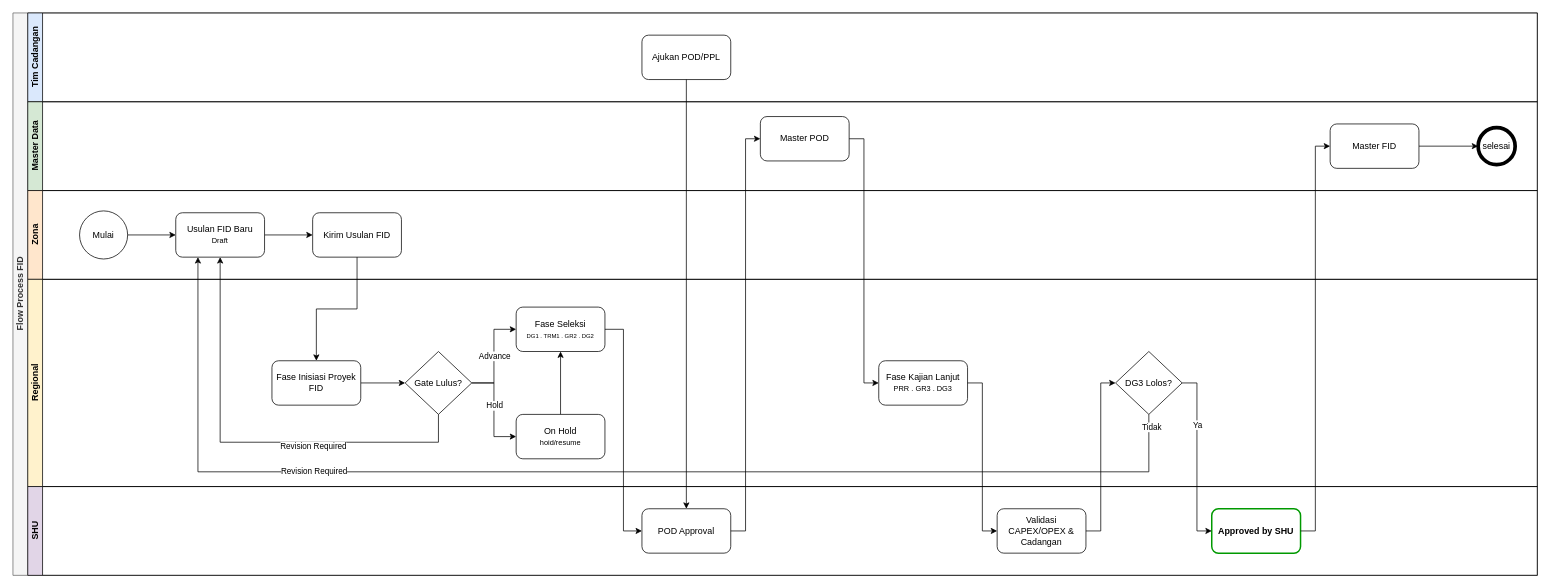
Business-Support-Application/Flow-Process-Business keeps this draw.io diagram as page "FID" (3 of 3) of Alur RK Sumur BOR & WO.drawio. Above is the earlier version. Source tidied: cells renumbered, new cells numbered last; positions are measured from the earlier drawing's top-left corner, leaving out a move shared by most shapes. Both pictures are drawn from the tidied source at 74%, with x=0, y=0 at pixel (13, 13).
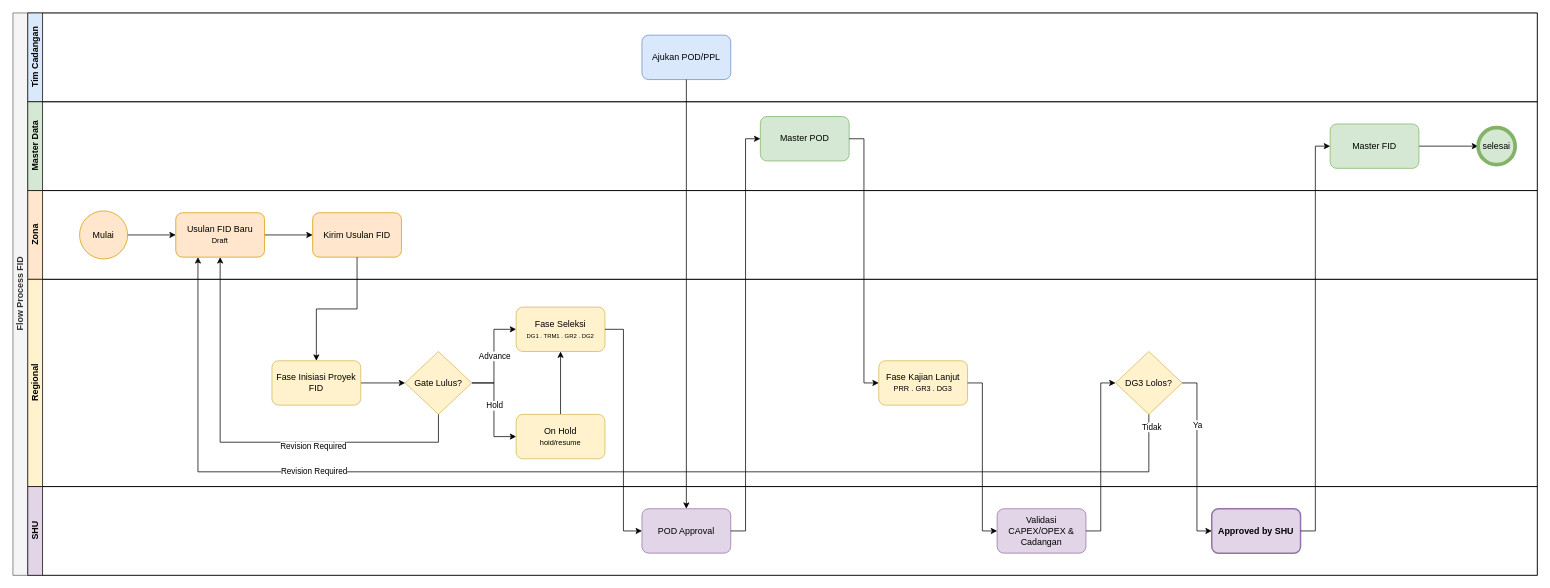
The same diagram, later.

Unchanged cells that the change refers to:
```xml
<mxCell id="3" value="Tim Cadangan" style="swimlane;startSize=20;horizontal=0;html=1;fillColor=#dae8fc;strokeColor=light-dark(#000000,#000000);" parent="2" vertex="1">
  <mxGeometry x="20" width="2040" height="120" as="geometry" />
</mxCell>
<mxCell id="5" value="Master Data" style="swimlane;startSize=20;horizontal=0;html=1;fillColor=#d5e8d4;strokeColor=light-dark(#000000,#000000);" parent="2" vertex="1">
  <mxGeometry x="20" y="120" width="2040" height="120" as="geometry" />
</mxCell>
<mxCell id="10" value="Zona" style="swimlane;startSize=20;horizontal=0;html=1;fillColor=#ffe6cc;strokeColor=light-dark(#000000,#000000);" parent="2" vertex="1">
  <mxGeometry x="20" y="240" width="2040" height="120" as="geometry" />
</mxCell>
<mxCell id="16" value="Regional" style="swimlane;startSize=20;horizontal=0;html=1;fillColor=#fff2cc;strokeColor=light-dark(#000000,#000000);" parent="2" vertex="1">
  <mxGeometry x="20" y="360" width="2040" height="280" as="geometry" />
</mxCell>
<mxCell id="29" value="SHU" style="swimlane;startSize=20;horizontal=0;html=1;fillColor=#e1d5e7;strokeColor=light-dark(#000000,#000000);" parent="2" vertex="1">
  <mxGeometry x="20" y="640" width="2040" height="120" as="geometry" />
</mxCell>
```

The edit, as a diff of the source:
```diff
@@
-    <mxCell id="4" value="Ajukan POD/PPL" style="rounded=1;whiteSpace=wrap;html=1;" parent="3" vertex="1">
+    <mxCell id="4" value="Ajukan POD/PPL" style="rounded=1;whiteSpace=wrap;html=1;fillColor=#dae8fc;strokeColor=#6c8ebf;" parent="3" vertex="1">
       <mxGeometry x="830" y="30" width="120" height="60" as="geometry" />
     </mxCell>
@@
-    <mxCell id="6" value="Master POD" style="rounded=1;whiteSpace=wrap;html=1;" parent="5" vertex="1">
+    <mxCell id="6" value="Master POD" style="rounded=1;whiteSpace=wrap;html=1;fillColor=#d5e8d4;strokeColor=#82b366;" parent="5" vertex="1">
       <mxGeometry x="990" y="20" width="120" height="60" as="geometry" />
     </mxCell>
@@
-    <mxCell id="8" value="Master FID" style="rounded=1;whiteSpace=wrap;html=1;" parent="5" vertex="1">
+    <mxCell id="8" value="Master FID" style="rounded=1;whiteSpace=wrap;html=1;fillColor=#d5e8d4;strokeColor=#82b366;" parent="5" vertex="1">
       <mxGeometry x="1760" y="30" width="120" height="60" as="geometry" />
     </mxCell>
-    <mxCell id="9" value="selesai" style="ellipse;whiteSpace=wrap;html=1;shapeInside=1;strokeWidth=5;" parent="5" vertex="1">
+    <mxCell id="9" value="selesai" style="ellipse;whiteSpace=wrap;html=1;shapeInside=1;strokeWidth=5;fillColor=#d5e8d4;strokeColor=#82b366;" parent="5" vertex="1">
       <mxGeometry x="1960" y="35" width="50" height="50" as="geometry" />
     </mxCell>
@@
-    <mxCell id="12" value="Mulai" style="ellipse;whiteSpace=wrap;html=1;shapeInside=1;" parent="10" vertex="1">
+    <mxCell id="12" value="Mulai" style="ellipse;whiteSpace=wrap;html=1;shapeInside=1;fillColor=#ffe6cc;strokeColor=#d79b00;" parent="10" vertex="1">
       <mxGeometry x="70" y="27.5" width="65" height="65" as="geometry" />
     </mxCell>
@@
-    <mxCell id="14" value="Usulan FID Baru&lt;div&gt;&lt;font style=&quot;font-size: 10px;&quot;&gt;Draft&lt;/font&gt;&lt;/div&gt;" style="rounded=1;whiteSpace=wrap;html=1;" parent="10" vertex="1">
+    <mxCell id="14" value="Usulan FID Baru&lt;div&gt;&lt;font style=&quot;font-size: 10px;&quot;&gt;Draft&lt;/font&gt;&lt;/div&gt;" style="rounded=1;whiteSpace=wrap;html=1;fillColor=#ffe6cc;strokeColor=#d79b00;" parent="10" vertex="1">
       <mxGeometry x="200" y="30" width="120" height="60" as="geometry" />
     </mxCell>
-    <mxCell id="15" value="Kirim Usulan FID" style="rounded=1;whiteSpace=wrap;html=1;" parent="10" vertex="1">
+    <mxCell id="15" value="Kirim Usulan FID" style="rounded=1;whiteSpace=wrap;html=1;fillColor=#ffe6cc;strokeColor=#d79b00;" parent="10" vertex="1">
       <mxGeometry x="385" y="30" width="120" height="60" as="geometry" />
     </mxCell>
@@
-    <mxCell id="18" value="Fase Inisiasi Proyek FID" style="rounded=1;whiteSpace=wrap;html=1;" parent="16" vertex="1">
+    <mxCell id="18" value="Fase Inisiasi Proyek FID" style="rounded=1;whiteSpace=wrap;html=1;fillColor=#fff2cc;strokeColor=#d6b656;" parent="16" vertex="1">
       <mxGeometry x="330" y="110" width="120" height="60" as="geometry" />
     </mxCell>
@@
-    <mxCell id="23" value="Gate Lulus?" style="rhombus;whiteSpace=wrap;html=1;shapeInside=1;" parent="16" vertex="1">
+    <mxCell id="23" value="Gate Lulus?" style="rhombus;whiteSpace=wrap;html=1;shapeInside=1;fillColor=#fff2cc;strokeColor=#d6b656;" parent="16" vertex="1">
       <mxGeometry x="510" y="97.5" width="90" height="85" as="geometry" />
     </mxCell>
-    <mxCell id="24" value="Fase Seleksi&lt;div&gt;&lt;font style=&quot;font-size: 8px;&quot;&gt;DG1 . TRM1 . GR2 . DG2&lt;/font&gt;&lt;/div&gt;" style="rounded=1;whiteSpace=wrap;html=1;" parent="16" vertex="1">
+    <mxCell id="24" value="Fase Seleksi&lt;div&gt;&lt;font style=&quot;font-size: 8px;&quot;&gt;DG1 . TRM1 . GR2 . DG2&lt;/font&gt;&lt;/div&gt;" style="rounded=1;whiteSpace=wrap;html=1;fillColor=#fff2cc;strokeColor=#d6b656;" parent="16" vertex="1">
       <mxGeometry x="660" y="37.5" width="120" height="60" as="geometry" />
     </mxCell>
@@
-    <mxCell id="26" value="On Hold&lt;div&gt;&lt;font style=&quot;font-size: 10px;&quot;&gt;hoid/resume&lt;/font&gt;&lt;/div&gt;" style="rounded=1;whiteSpace=wrap;html=1;" parent="16" vertex="1">
+    <mxCell id="26" value="On Hold&lt;div&gt;&lt;font style=&quot;font-size: 10px;&quot;&gt;hoid/resume&lt;/font&gt;&lt;/div&gt;" style="rounded=1;whiteSpace=wrap;html=1;fillColor=#fff2cc;strokeColor=#d6b656;" parent="16" vertex="1">
       <mxGeometry x="660" y="182.5" width="120" height="60" as="geometry" />
     </mxCell>
-    <mxCell id="27" value="Fase Kajian Lanjut&lt;div&gt;&lt;font style=&quot;font-size: 10px;&quot;&gt;PRR . GR3 . DG3&lt;/font&gt;&lt;/div&gt;" style="rounded=1;whiteSpace=wrap;html=1;" parent="16" vertex="1">
+    <mxCell id="27" value="Fase Kajian Lanjut&lt;div&gt;&lt;font style=&quot;font-size: 10px;&quot;&gt;PRR . GR3 . DG3&lt;/font&gt;&lt;/div&gt;" style="rounded=1;whiteSpace=wrap;html=1;fillColor=#fff2cc;strokeColor=#d6b656;" parent="16" vertex="1">
       <mxGeometry x="1150" y="110" width="120" height="60" as="geometry" />
     </mxCell>
-    <mxCell id="28" value="DG3 Lolos?" style="rhombus;whiteSpace=wrap;html=1;shapeInside=1;" parent="16" vertex="1">
+    <mxCell id="28" value="DG3 Lolos?" style="rhombus;whiteSpace=wrap;html=1;shapeInside=1;fillColor=#fff2cc;strokeColor=#d6b656;" parent="16" vertex="1">
       <mxGeometry x="1470" y="97.5" width="90" height="85" as="geometry" />
     </mxCell>
@@
-    <mxCell id="30" value="POD Approval" style="rounded=1;whiteSpace=wrap;html=1;" parent="29" vertex="1">
+    <mxCell id="30" value="POD Approval" style="rounded=1;whiteSpace=wrap;html=1;fillColor=#e1d5e7;strokeColor=#9673a6;" parent="29" vertex="1">
       <mxGeometry x="830" y="30" width="120" height="60" as="geometry" />
     </mxCell>
-    <mxCell id="31" value="Validasi CAPEX/OPEX &amp;amp; Cadangan" style="rounded=1;whiteSpace=wrap;html=1;" parent="29" vertex="1">
+    <mxCell id="31" value="Validasi CAPEX/OPEX &amp;amp; Cadangan" style="rounded=1;whiteSpace=wrap;html=1;fillColor=#e1d5e7;strokeColor=#9673a6;" parent="29" vertex="1">
       <mxGeometry x="1310" y="30" width="120" height="60" as="geometry" />
     </mxCell>
-    <mxCell id="32" value="&lt;b&gt;Approved by SHU&lt;/b&gt;" style="rounded=1;whiteSpace=wrap;html=1;strokeWidth=2;strokeColor=#009900;" parent="29" vertex="1">
+    <mxCell id="32" value="&lt;b&gt;Approved by SHU&lt;/b&gt;" style="rounded=1;whiteSpace=wrap;html=1;strokeWidth=2;strokeColor=#9673a6;fillColor=#e1d5e7;" parent="29" vertex="1">
       <mxGeometry x="1600" y="30" width="120" height="60" as="geometry" />
     </mxCell>
```
